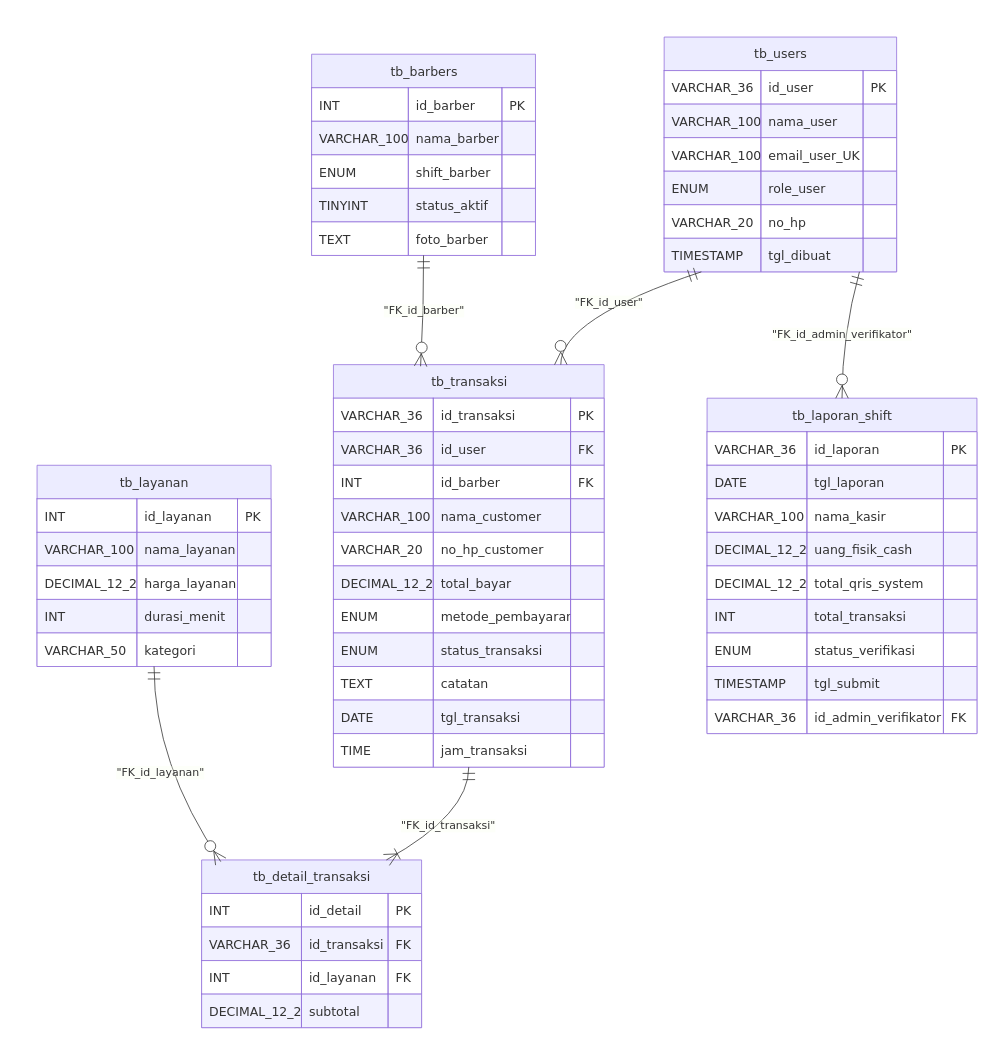
Above: page "PDM" (5 of 8) of New Barbergo.drawio in FazleDzakyA/Classic-Barbergo_cashier (draw.io), before the change. Source tidied: cells renumbered, new cells numbered last; positions are measured from the earlier drawing's top-left corner, leaving out a move shared by most shapes. Both pictures are drawn from the tidied source at 78%, with x=0, y=0 at pixel (13, 13).
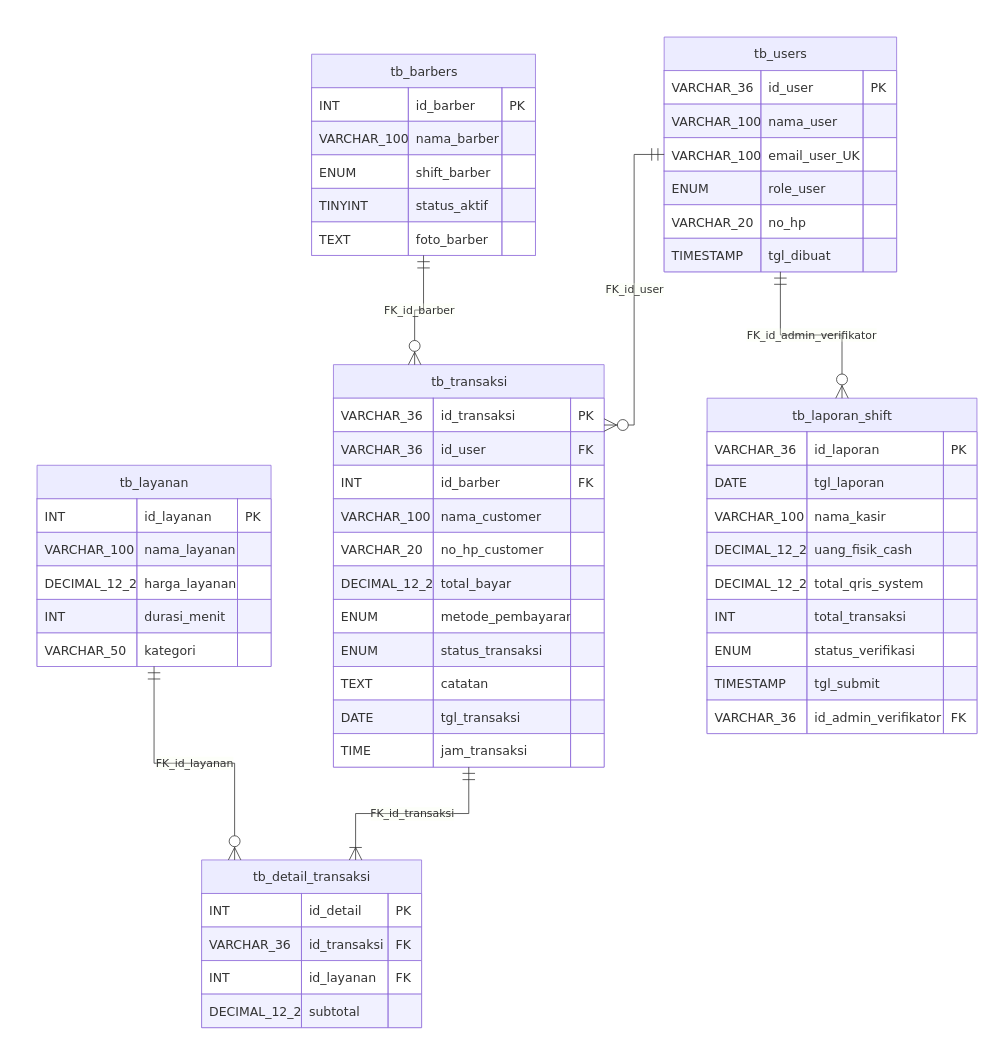
Above is the later version.

The change refers to these unchanged cells:
```xml
<mxCell id="2" style="group;transparentBounds=1;editIcon=1;lockedGroup=0;groupPadding=10;" parent="1" vertex="1">
  <mxGeometry as="geometry" />
</mxCell>
<mxCell id="3" value="tb_users" style="shape=table;startSize=43;childLayout=tableLayout;rowLines=1;fontSize=16;fontFamily=Trebuchet MS,Verdana,Arial,sans-serif;strokeWidth=1;align=center;html=1;fillColor=light-dark(#ECECFF,#1f2020);strokeColor=light-dark(#9370DB,#cccccc);fontColor=light-dark(#333333,#cccccc);" parent="2" vertex="1">
  <mxGeometry x="834" y="30" width="298" height="301" as="geometry" />
</mxCell>
<mxCell id="28" value="tb_transaksi" style="shape=table;startSize=43;childLayout=tableLayout;rowLines=1;fontSize=16;fontFamily=Trebuchet MS,Verdana,Arial,sans-serif;strokeWidth=1;align=center;html=1;fillColor=light-dark(#ECECFF,#1f2020);strokeColor=light-dark(#9370DB,#cccccc);fontColor=light-dark(#333333,#cccccc);" parent="2" vertex="1">
  <mxGeometry x="410" y="450" width="347" height="516" as="geometry" />
</mxCell>
<mxCell id="73" value="tb_barbers" style="shape=table;startSize=43;childLayout=tableLayout;rowLines=1;fontSize=16;fontFamily=Trebuchet MS,Verdana,Arial,sans-serif;strokeWidth=1;align=center;html=1;fillColor=light-dark(#ECECFF,#1f2020);strokeColor=light-dark(#9370DB,#cccccc);fontColor=light-dark(#333333,#cccccc);" parent="2" vertex="1">
  <mxGeometry x="382" y="52" width="287" height="258" as="geometry" />
</mxCell>
<mxCell id="94" value="tb_detail_transaksi" style="shape=table;startSize=43;childLayout=tableLayout;rowLines=1;fontSize=16;fontFamily=Trebuchet MS,Verdana,Arial,sans-serif;strokeWidth=1;align=center;html=1;fillColor=light-dark(#ECECFF,#1f2020);strokeColor=light-dark(#9370DB,#cccccc);fontColor=light-dark(#333333,#cccccc);" parent="2" vertex="1">
  <mxGeometry x="241" y="1085" width="282" height="215" as="geometry" />
</mxCell>
<mxCell id="111" value="tb_layanan" style="shape=table;startSize=43;childLayout=tableLayout;rowLines=1;fontSize=16;fontFamily=Trebuchet MS,Verdana,Arial,sans-serif;strokeWidth=1;align=center;html=1;fillColor=light-dark(#ECECFF,#1f2020);strokeColor=light-dark(#9370DB,#cccccc);fontColor=light-dark(#333333,#cccccc);" parent="2" vertex="1">
  <mxGeometry x="30" y="579" width="300" height="258" as="geometry" />
</mxCell>
<mxCell id="132" value="tb_laporan_shift" style="shape=table;startSize=43;childLayout=tableLayout;rowLines=1;fontSize=16;fontFamily=Trebuchet MS,Verdana,Arial,sans-serif;strokeWidth=1;align=center;html=1;fillColor=light-dark(#ECECFF,#1f2020);strokeColor=light-dark(#9370DB,#cccccc);fontColor=light-dark(#333333,#cccccc);" parent="2" vertex="1">
  <mxGeometry x="889" y="493" width="346" height="430" as="geometry" />
</mxCell>
```

Diff of the diagram source:
```diff
@@
-    <mxCell id="169" value="&quot;FK_id_user&quot;" style="curved=1;startArrow=ERmandOne;startSize=14;endArrow=ERzeroToMany;endSize=14;strokeColor=light-dark(#333333,#cccccc);strokeWidth=1;html=1;fontSize=14;labelBackgroundColor=light-dark(#F8FFEC4D,#2a2a2a4D);fontFamily=Trebuchet MS,Verdana,Arial,sans-serif;fontColor=light-dark(#333333,#cccccc);exitX=0.16;exitY=1;entryX=0.84;entryY=0;rounded=0;" parent="2" edge="1" source="3" target="28">
-      <mxGeometry relative="1" as="geometry">
-        <Array as="points">
-          <mxPoint x="701" y="391" />
-        </Array>
-      </mxGeometry>
+    <mxCell id="169" value="FK_id_user" style="edgeStyle=orthogonalEdgeStyle;rounded=0;jettySize=auto;exitX=0;exitY=0.5;exitDx=0;exitDy=0;entryX=1;entryY=0.15;entryDx=0;entryDy=0;startArrow=ERmandOne;startSize=14;endArrow=ERzeroToMany;endSize=14;strokeColor=light-dark(#333333,#cccccc);strokeWidth=1;html=1;fontSize=14;labelBackgroundColor=light-dark(#F8FFEC4D,#2a2a2a4D);fontFamily=Trebuchet MS,Verdana,Arial,sans-serif;fontColor=light-dark(#333333,#cccccc);" parent="2" edge="1" source="3" target="28">
+      <mxGeometry relative="1" as="geometry" />
     </mxCell>
-    <mxCell id="170" value="&quot;FK_id_barber&quot;" style="curved=1;startArrow=ERmandOne;startSize=14;endArrow=ERzeroToMany;endSize=14;strokeColor=light-dark(#333333,#cccccc);strokeWidth=1;html=1;fontSize=14;labelBackgroundColor=light-dark(#F8FFEC4D,#2a2a2a4D);fontFamily=Trebuchet MS,Verdana,Arial,sans-serif;fontColor=light-dark(#333333,#cccccc);exitX=0.5;exitY=1;entryX=0.322;entryY=0.004;rounded=0;entryDx=0;entryDy=0;entryPerimeter=0;" parent="2" edge="1" source="73" target="28">
-      <mxGeometry relative="1" as="geometry">
-        <Array as="points">
-          <mxPoint x="526" y="380" />
-        </Array>
-      </mxGeometry>
+    <mxCell id="170" value="FK_id_barber" style="edgeStyle=orthogonalEdgeStyle;rounded=0;jettySize=auto;exitX=0.5;exitY=1;exitDx=0;exitDy=0;entryX=0.3;entryY=0;entryDx=0;entryDy=0;startArrow=ERmandOne;startSize=14;endArrow=ERzeroToMany;endSize=14;strokeColor=light-dark(#333333,#cccccc);strokeWidth=1;html=1;fontSize=14;labelBackgroundColor=light-dark(#F8FFEC4D,#2a2a2a4D);fontFamily=Trebuchet MS,Verdana,Arial,sans-serif;fontColor=light-dark(#333333,#cccccc);" parent="2" edge="1" source="73" target="28">
+      <mxGeometry relative="1" as="geometry" />
     </mxCell>
-    <mxCell id="171" value="&quot;FK_id_transaksi&quot;" style="curved=1;startArrow=ERmandOne;startSize=14;endArrow=ERoneToMany;endSize=14;strokeColor=light-dark(#333333,#cccccc);strokeWidth=1;html=1;fontSize=14;labelBackgroundColor=light-dark(#F8FFEC4D,#2a2a2a4D);fontFamily=Trebuchet MS,Verdana,Arial,sans-serif;fontColor=light-dark(#333333,#cccccc);exitX=0.5;exitY=1;entryX=0.84;entryY=0;rounded=0;" parent="2" edge="1" source="28" target="94">
-      <mxGeometry relative="1" as="geometry">
-        <Array as="points">
-          <mxPoint x="584" y="1026" />
-        </Array>
-      </mxGeometry>
+    <mxCell id="171" value="FK_id_transaksi" style="edgeStyle=orthogonalEdgeStyle;rounded=0;jettySize=auto;exitX=0.5;exitY=1;exitDx=0;exitDy=0;entryX=0.7;entryY=0;entryDx=0;entryDy=0;startArrow=ERmandOne;startSize=14;endArrow=ERoneToMany;endSize=14;strokeColor=light-dark(#333333,#cccccc);strokeWidth=1;html=1;fontSize=14;labelBackgroundColor=light-dark(#F8FFEC4D,#2a2a2a4D);fontFamily=Trebuchet MS,Verdana,Arial,sans-serif;fontColor=light-dark(#333333,#cccccc);" parent="2" edge="1" source="28" target="94">
+      <mxGeometry relative="1" as="geometry" />
     </mxCell>
-    <mxCell id="172" value="&quot;FK_id_layanan&quot;" style="curved=1;startArrow=ERmandOne;startSize=14;endArrow=ERzeroToMany;endSize=14;strokeColor=light-dark(#333333,#cccccc);strokeWidth=1;html=1;fontSize=14;labelBackgroundColor=light-dark(#F8FFEC4D,#2a2a2a4D);fontFamily=Trebuchet MS,Verdana,Arial,sans-serif;fontColor=light-dark(#333333,#cccccc);exitX=0.5;exitY=1;entryX=0.087;entryY=0.01;rounded=0;entryDx=0;entryDy=0;entryPerimeter=0;" parent="2" edge="1" source="111" target="94">
-      <mxGeometry relative="1" as="geometry">
-        <Array as="points">
-          <mxPoint x="180" y="961" />
-        </Array>
-      </mxGeometry>
+    <mxCell id="172" value="FK_id_layanan" style="edgeStyle=orthogonalEdgeStyle;rounded=0;jettySize=auto;exitX=0.5;exitY=1;exitDx=0;exitDy=0;entryX=0.15;entryY=0;entryDx=0;entryDy=0;startArrow=ERmandOne;startSize=14;endArrow=ERzeroToMany;endSize=14;strokeColor=light-dark(#333333,#cccccc);strokeWidth=1;html=1;fontSize=14;labelBackgroundColor=light-dark(#F8FFEC4D,#2a2a2a4D);fontFamily=Trebuchet MS,Verdana,Arial,sans-serif;fontColor=light-dark(#333333,#cccccc);" parent="2" edge="1" source="111" target="94">
+      <mxGeometry relative="1" as="geometry" />
     </mxCell>
-    <mxCell id="173" value="&quot;FK_id_admin_verifikator&quot;" style="curved=1;startArrow=ERmandOne;startSize=14;endArrow=ERzeroToMany;endSize=14;strokeColor=light-dark(#333333,#cccccc);strokeWidth=1;html=1;fontSize=14;labelBackgroundColor=light-dark(#F8FFEC4D,#2a2a2a4D);fontFamily=Trebuchet MS,Verdana,Arial,sans-serif;fontColor=light-dark(#333333,#cccccc);exitX=0.84;exitY=1;entryX=0.5;entryY=0;rounded=0;" parent="2" edge="1" source="3" target="132">
-      <mxGeometry relative="1" as="geometry">
-        <Array as="points">
-          <mxPoint x="1062" y="412" />
-        </Array>
-      </mxGeometry>
+    <mxCell id="173" value="FK_id_admin_verifikator" style="edgeStyle=orthogonalEdgeStyle;rounded=0;jettySize=auto;exitX=0.5;exitY=1;exitDx=0;exitDy=0;entryX=0.5;entryY=0;entryDx=0;entryDy=0;startArrow=ERmandOne;startSize=14;endArrow=ERzeroToMany;endSize=14;strokeColor=light-dark(#333333,#cccccc);strokeWidth=1;html=1;fontSize=14;labelBackgroundColor=light-dark(#F8FFEC4D,#2a2a2a4D);fontFamily=Trebuchet MS,Verdana,Arial,sans-serif;fontColor=light-dark(#333333,#cccccc);" parent="2" edge="1" source="3" target="132">
+      <mxGeometry relative="1" as="geometry" />
     </mxCell>
```
